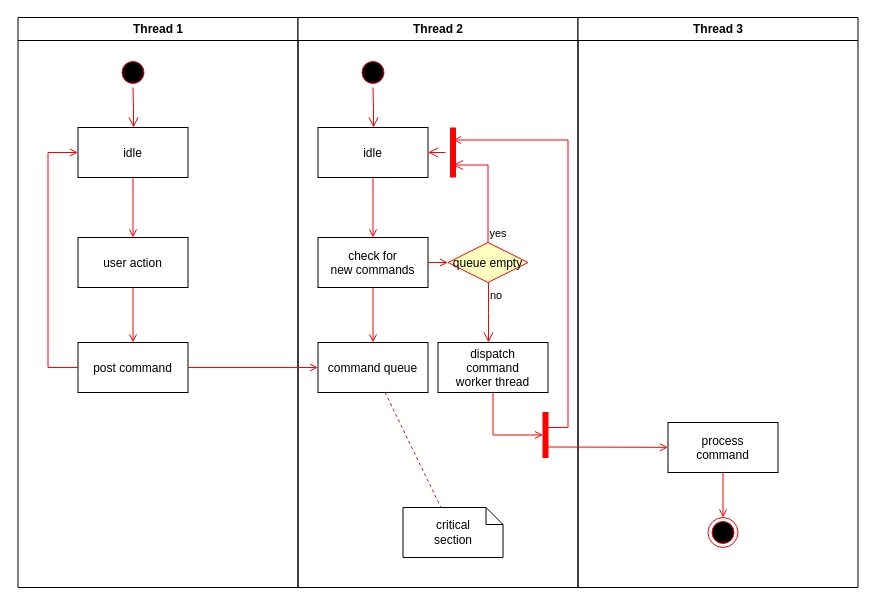
Above: Untitled Diagram.drawio in brunoh6/test (draw.io), before the change. Source tidied: cells renumbered, new cells numbered last; positions are measured from the earlier drawing's top-left corner, leaving out a move shared by most shapes. Both pictures are drawn from the tidied source at 100%, with x=0, y=0 at pixel (17, 17).
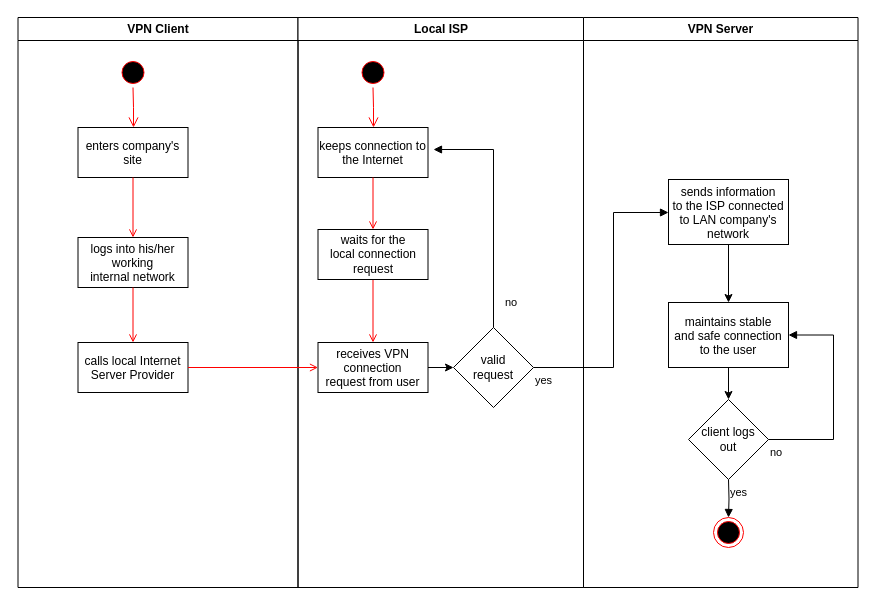
After the change.

Commit message:
VPN_Activity_Diagram

The change refers to these unchanged cells:
```xml
<mxCell id="34" style="ellipse;shape=endState;fillColor=#000000;strokeColor=#ff0000;" parent="30" vertex="1">
  <mxGeometry x="130" y="500" width="30" height="30" as="geometry" />
</mxCell>
```

The edit, as a diff of the source:
```diff
@@
-    <mxCell id="2" value="Thread 1" style="swimlane;whiteSpace=wrap;" parent="1" vertex="1">
+    <mxCell id="2" value="VPN Client" style="swimlane;whiteSpace=wrap;" parent="1" vertex="1">
       <mxGeometry x="0.5" width="280" height="570" as="geometry" />
     </mxCell>
@@
-    <mxCell id="5" value="idle" parent="2" vertex="1">
+    <mxCell id="5" value="enters company's&#10;site" parent="2" vertex="1">
       <mxGeometry x="60" y="110" width="110" height="50" as="geometry" />
     </mxCell>
-    <mxCell id="6" value="user action" parent="2" vertex="1">
+    <mxCell id="6" value="logs into his/her&#10;working&#10;internal network" parent="2" vertex="1">
       <mxGeometry x="60" y="220" width="110" height="50" as="geometry" />
     </mxCell>
@@
-    <mxCell id="8" value="post command" parent="2" vertex="1">
+    <mxCell id="8" value="calls local Internet&#10;Server Provider" parent="2" vertex="1">
       <mxGeometry x="60" y="325" width="110" height="50" as="geometry" />
     </mxCell>
@@
-    <mxCell id="10" style="edgeStyle=elbowEdgeStyle;elbow=horizontal;strokeColor=#FF0000;endArrow=open;endFill=1;rounded=0;" parent="2" edge="1" source="8" target="5">
-      <mxGeometry relative="1" as="geometry">
-        <Array as="points">
-          <mxPoint x="30" y="250" />
-        </Array>
-      </mxGeometry>
-    </mxCell>
-    <mxCell id="11" value="Thread 2" style="swimlane;whiteSpace=wrap;" parent="1" vertex="1">
-      <mxGeometry x="280.5" width="280" height="570" as="geometry" />
+    <mxCell id="11" value="Local ISP" style="swimlane;whiteSpace=wrap;" parent="1" vertex="1">
+      <mxGeometry x="280.5" width="285.5" height="570" as="geometry" />
     </mxCell>
@@
-    <mxCell id="14" value="idle" parent="11" vertex="1">
+    <mxCell id="14" value="keeps connection to&#10;the Internet" parent="11" vertex="1">
       <mxGeometry x="20" y="110" width="110" height="50" as="geometry" />
     </mxCell>
-    <mxCell id="15" value="check for &#10;new commands" parent="11" vertex="1">
-      <mxGeometry x="20" y="220" width="110" height="50" as="geometry" />
-    </mxCell>
-    <mxCell id="16" style="endArrow=open;strokeColor=#FF0000;endFill=1;rounded=0;" parent="11" edge="1" source="14" target="15">
+    <mxCell id="16" style="endArrow=open;strokeColor=#FF0000;endFill=1;rounded=0;entryX=0.5;entryY=0;entryDx=0;entryDy=0;" parent="11" edge="1" source="14" target="38">
       <mxGeometry relative="1" as="geometry" />
     </mxCell>
+    <mxCell id="37" style="edgeStyle=orthogonalEdgeStyle;rounded=0;jettySize=auto;html=1;" parent="11" edge="1" source="17" target="39">
+      <mxGeometry relative="1" as="geometry" />
+    </mxCell>
-    <mxCell id="17" value="command queue" parent="11" vertex="1">
+    <mxCell id="17" value="receives VPN&#10;connection&#10;request from user" parent="11" vertex="1">
       <mxGeometry x="20" y="325" width="110" height="50" as="geometry" />
     </mxCell>
-    <mxCell id="18" style="endArrow=open;strokeColor=#FF0000;endFill=1;rounded=0;" parent="11" edge="1" source="15" target="17">
+    <mxCell id="18" style="endArrow=open;strokeColor=#FF0000;endFill=1;rounded=0;exitX=0.5;exitY=1;exitDx=0;exitDy=0;" parent="11" edge="1" source="38" target="17">
       <mxGeometry relative="1" as="geometry" />
     </mxCell>
-    <mxCell id="19" value="queue empty" style="rhombus;fillColor=#ffffc0;strokeColor=#ff0000;" parent="11" vertex="1">
-      <mxGeometry x="150" y="225" width="80" height="40" as="geometry" />
-    </mxCell>
-    <mxCell id="20" value="yes" style="edgeStyle=elbowEdgeStyle;elbow=horizontal;align=left;verticalAlign=bottom;endArrow=open;endSize=8;strokeColor=#FF0000;exitX=0.5;exitY=0;endFill=1;rounded=0;entryX=0.75;entryY=0.5;entryPerimeter=0;" parent="11" edge="1" source="19" target="23">
-      <mxGeometry x="-1" relative="1" as="geometry">
-        <Array as="points">
-          <mxPoint x="190" y="180" />
-        </Array>
-      </mxGeometry>
-    </mxCell>
-    <mxCell id="21" value="no" style="edgeStyle=elbowEdgeStyle;elbow=horizontal;align=left;verticalAlign=top;endArrow=open;endSize=8;strokeColor=#FF0000;endFill=1;rounded=0;" parent="11" edge="1" source="19" target="25">
-      <mxGeometry x="-1" relative="1" as="geometry" />
-    </mxCell>
-    <mxCell id="22" style="endArrow=open;strokeColor=#FF0000;endFill=1;rounded=0;" parent="11" edge="1" source="15" target="19">
-      <mxGeometry relative="1" as="geometry" />
-    </mxCell>
-    <mxCell id="23" style="shape=line;strokeWidth=6;strokeColor=#ff0000;rotation=90;" parent="11" vertex="1">
-      <mxGeometry x="130" y="127.5" width="50" height="15" as="geometry" />
-    </mxCell>
-    <mxCell id="24" style="edgeStyle=elbowEdgeStyle;elbow=horizontal;verticalAlign=bottom;endArrow=open;endSize=8;strokeColor=#FF0000;endFill=1;rounded=0;" parent="11" edge="1" source="23" target="14">
-      <mxGeometry x="130" y="90" as="geometry" />
-    </mxCell>
-    <mxCell id="25" value="dispatch&#10;command&#10;worker thread" parent="11" vertex="1">
-      <mxGeometry x="140" y="325" width="110" height="50" as="geometry" />
-    </mxCell>
-    <mxCell id="26" value="critical&#10;section" style="shape=note;whiteSpace=wrap;size=17;" parent="11" vertex="1">
-      <mxGeometry x="105" y="490" width="100" height="50" as="geometry" />
-    </mxCell>
-    <mxCell id="27" style="endArrow=none;strokeColor=#FF0000;endFill=0;rounded=0;dashed=1;" parent="11" edge="1" source="17" target="26">
-      <mxGeometry relative="1" as="geometry" />
-    </mxCell>
-    <mxCell id="28" style="whiteSpace=wrap;strokeColor=#FF0000;fillColor=#FF0000;" parent="11" vertex="1">
-      <mxGeometry x="245" y="395" width="5" height="45" as="geometry" />
-    </mxCell>
-    <mxCell id="29" style="edgeStyle=elbowEdgeStyle;elbow=horizontal;entryX=0;entryY=0.5;strokeColor=#FF0000;endArrow=open;endFill=1;rounded=0;" parent="11" edge="1" source="25" target="28">
-      <mxGeometry relative="1" as="geometry">
-        <Array as="points">
-          <mxPoint x="195" y="400" />
-        </Array>
-      </mxGeometry>
-    </mxCell>
+    <mxCell id="38" value="waits for the&lt;br style=&quot;border-color: var(--border-color); padding: 0px; margin: 0px;&quot;&gt;local connection&lt;br style=&quot;border-color: var(--border-color); padding: 0px; margin: 0px;&quot;&gt;&lt;span style=&quot;border-color: var(--border-color);&quot;&gt;request&lt;/span&gt;" style="html=1;whiteSpace=wrap;" parent="11" vertex="1">
+      <mxGeometry x="20" y="212" width="110" height="50" as="geometry" />
+    </mxCell>
+    <mxCell id="39" value="valid&lt;br&gt;request" style="rhombus;whiteSpace=wrap;html=1;" parent="11" vertex="1">
+      <mxGeometry x="155.5" y="310" width="80" height="80" as="geometry" />
+    </mxCell>
-    <mxCell id="30" value="Thread 3" style="swimlane;whiteSpace=wrap;" parent="1" vertex="1">
-      <mxGeometry x="560.5" width="280" height="570" as="geometry" />
+    <mxCell id="30" value="VPN Server" style="swimlane;whiteSpace=wrap;" parent="1" vertex="1">
+      <mxGeometry x="566" width="274.5" height="570" as="geometry" />
     </mxCell>
+    <mxCell id="40" style="edgeStyle=orthogonalEdgeStyle;rounded=0;jettySize=auto;html=1;" parent="30" edge="1" source="31" target="42">
+      <mxGeometry relative="1" as="geometry" />
+    </mxCell>
-    <mxCell id="31" value="process&#10;command" parent="30" vertex="1">
-      <mxGeometry x="90" y="405" width="110" height="50" as="geometry" />
+    <mxCell id="31" value="sends information&#10;to the ISP connected&#10;to LAN company's&#10;network" parent="30" vertex="1">
+      <mxGeometry x="85" y="162" width="120" height="65" as="geometry" />
     </mxCell>
-    <mxCell id="32" style="edgeStyle=elbowEdgeStyle;elbow=horizontal;strokeColor=#FF0000;endArrow=open;endFill=1;rounded=0;entryX=0.25;entryY=0.5;entryPerimeter=0;" parent="30" edge="1" target="23">
-      <mxGeometry relative="1" as="geometry">
-        <mxPoint x="-30" y="410" as="sourcePoint" />
-        <Array as="points">
-          <mxPoint x="-10" y="135" />
-        </Array>
-      </mxGeometry>
-    </mxCell>
-    <mxCell id="33" style="edgeStyle=none;strokeColor=#FF0000;endArrow=open;endFill=1;rounded=0;" parent="30" edge="1" target="31">
-      <mxGeometry relative="1" as="geometry">
-        <mxPoint x="-30" y="429.5" as="sourcePoint" />
-      </mxGeometry>
-    </mxCell>
@@
-    <mxCell id="35" style="endArrow=open;strokeColor=#FF0000;endFill=1;rounded=0;" parent="30" edge="1" source="31" target="34">
-      <mxGeometry relative="1" as="geometry" />
-    </mxCell>
+    <mxCell id="41" style="edgeStyle=orthogonalEdgeStyle;rounded=0;jettySize=auto;html=1;" parent="30" edge="1" source="42" target="43">
+      <mxGeometry relative="1" as="geometry" />
+    </mxCell>
+    <mxCell id="42" value="maintains stable&#10;and safe connection&#10;to the user" parent="30" vertex="1">
+      <mxGeometry x="85" y="285" width="120" height="65" as="geometry" />
+    </mxCell>
+    <mxCell id="43" value="client logs&lt;br&gt;out" style="rhombus;whiteSpace=wrap;html=1;" parent="30" vertex="1">
+      <mxGeometry x="105" y="382" width="80" height="80" as="geometry" />
+    </mxCell>
+    <mxCell id="44" value="no" style="endArrow=block;endFill=1;html=1;edgeStyle=orthogonalEdgeStyle;align=left;verticalAlign=top;rounded=0;entryX=1;entryY=0.5;entryDx=0;entryDy=0;exitX=1;exitY=0.5;exitDx=0;exitDy=0;" parent="30" edge="1" source="43" target="42">
+      <mxGeometry x="-1" relative="1" as="geometry">
+        <Array as="points">
+          <mxPoint x="250" y="422" />
+          <mxPoint x="250" y="318" />
+          <mxPoint x="205" y="318" />
+        </Array>
+      </mxGeometry>
+    </mxCell>
@@
+    <mxCell id="45" value="no" style="endArrow=block;endFill=1;html=1;edgeStyle=orthogonalEdgeStyle;align=left;verticalAlign=top;rounded=0;exitX=0.5;exitY=0;exitDx=0;exitDy=0;" parent="1" edge="1" source="39">
+      <mxGeometry x="-0.68" y="-10" relative="1" as="geometry">
+        <mxPoint x="416" y="132" as="targetPoint" />
+        <Array as="points">
+          <mxPoint x="476" y="132" />
+        </Array>
+      </mxGeometry>
+    </mxCell>
+    <mxCell id="46" value="yes" style="endArrow=block;endFill=1;html=1;edgeStyle=orthogonalEdgeStyle;align=left;verticalAlign=top;rounded=0;exitX=1;exitY=0.5;exitDx=0;exitDy=0;" parent="1" edge="1" source="39" target="31">
+      <mxGeometry x="-1" relative="1" as="geometry">
+        <Array as="points">
+          <mxPoint x="596" y="350" />
+          <mxPoint x="596" y="195" />
+        </Array>
+      </mxGeometry>
+    </mxCell>
+    <mxCell id="47" value="yes" style="endArrow=block;endFill=1;html=1;edgeStyle=orthogonalEdgeStyle;align=left;verticalAlign=top;rounded=0;entryX=0.5;entryY=0;entryDx=0;entryDy=0;" parent="1" edge="1" target="34">
+      <mxGeometry x="-1" relative="1" as="geometry">
+        <mxPoint x="711" y="462" as="sourcePoint" />
+      </mxGeometry>
+    </mxCell>
```
